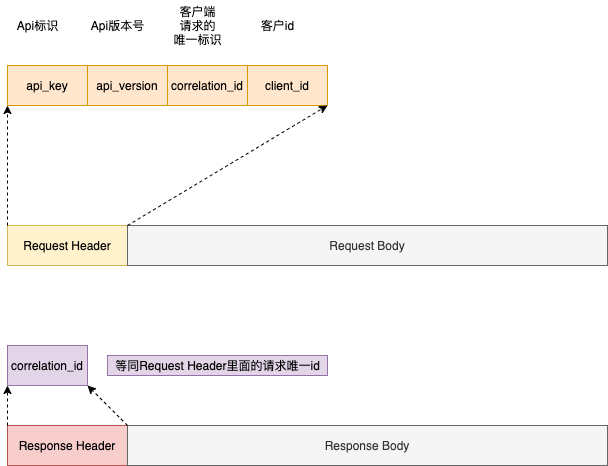
Before: kafka/protocol.png, a diagram exported from draw.io (sivanbil/architecthure-diagram). Source tidied: cells renumbered, new cells last; positions are measured from the earlier drawing's top-left corner, leaving out a move shared by most shapes.
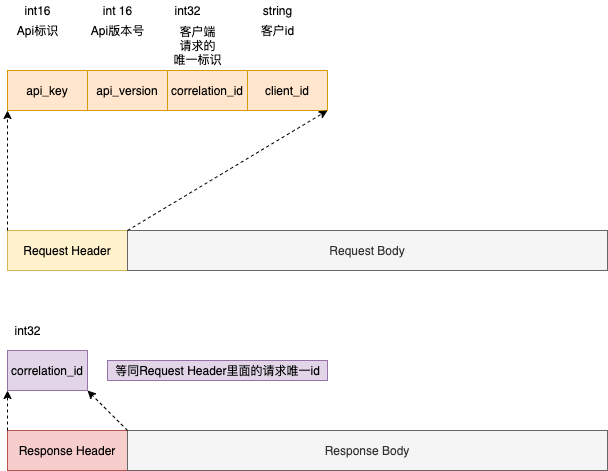
Above is the later version.

Change to the diagram source:
```diff
@@ -33,7 +33,7 @@
       <mxGeometry x="75" y="15" width="70" height="20" as="geometry" />
     </mxCell>
     <mxCell id="12" value="客户端&lt;br&gt;请求的&lt;br&gt;唯一标识" style="text;html=1;align=center;verticalAlign=middle;strokeColor=none;fillColor=none;" parent="1" vertex="1">
-      <mxGeometry x="160" width="60" height="50" as="geometry" />
+      <mxGeometry x="160" y="15" width="60" height="50" as="geometry" />
     </mxCell>
     <mxCell id="13" value="客户id" style="text;html=1;align=center;verticalAlign=middle;strokeColor=none;fillColor=none;" parent="1" vertex="1">
       <mxGeometry x="245" y="15" width="50" height="20" as="geometry" />
@@ -58,5 +58,20 @@
     <mxCell id="19" value="等同Request Header里面的请求唯一id" style="text;html=1;align=center;verticalAlign=middle;strokeColor=#9673a6;fillColor=#e1d5e7;" parent="1" vertex="1">
       <mxGeometry x="100" y="355" width="220" height="20" as="geometry" />
     </mxCell>
+    <mxCell id="20" value="int32" style="text;html=1;align=center;verticalAlign=middle;strokeColor=none;fillColor=none;" parent="1" vertex="1">
+      <mxGeometry y="315" width="40" height="20" as="geometry" />
+    </mxCell>
+    <mxCell id="21" value="int16" style="text;html=1;align=center;verticalAlign=middle;strokeColor=none;fillColor=none;" parent="1" vertex="1">
+      <mxGeometry x="10" y="-5" width="40" height="20" as="geometry" />
+    </mxCell>
+    <mxCell id="22" value="int 16" style="text;html=1;align=center;verticalAlign=middle;strokeColor=none;fillColor=none;" parent="1" vertex="1">
+      <mxGeometry x="90" y="-5" width="40" height="20" as="geometry" />
+    </mxCell>
+    <mxCell id="23" value="int32" style="text;html=1;align=center;verticalAlign=middle;strokeColor=none;fillColor=none;" parent="1" vertex="1">
+      <mxGeometry x="160" y="-5" width="40" height="20" as="geometry" />
+    </mxCell>
+    <mxCell id="24" value="string" style="text;html=1;align=center;verticalAlign=middle;strokeColor=none;fillColor=none;" parent="1" vertex="1">
+      <mxGeometry x="250" y="-5" width="40" height="20" as="geometry" />
+    </mxCell>
   </root>
 </mxGraphModel>
```
